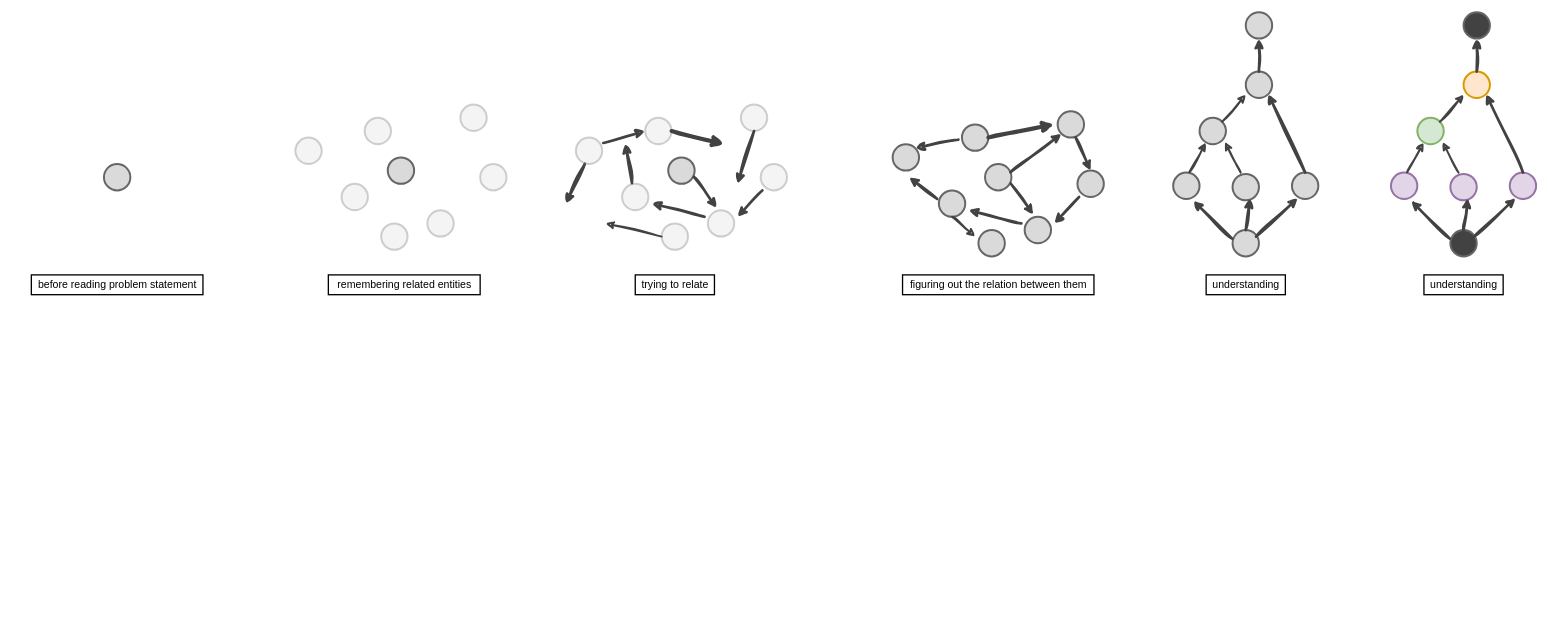
Earlier version of the draw.io diagram page "problem-solving" (1 of 3) of assets/graphics.drawio (hamidb80/hypothesis-of-understanding). Source tidied: cells renumbered, new cells numbered last; positions are measured from the earlier drawing's top-left corner, leaving out a move shared by most shapes. Both pictures are drawn from the tidied source at 66%, with x=0, y=0 at pixel (31, 12).
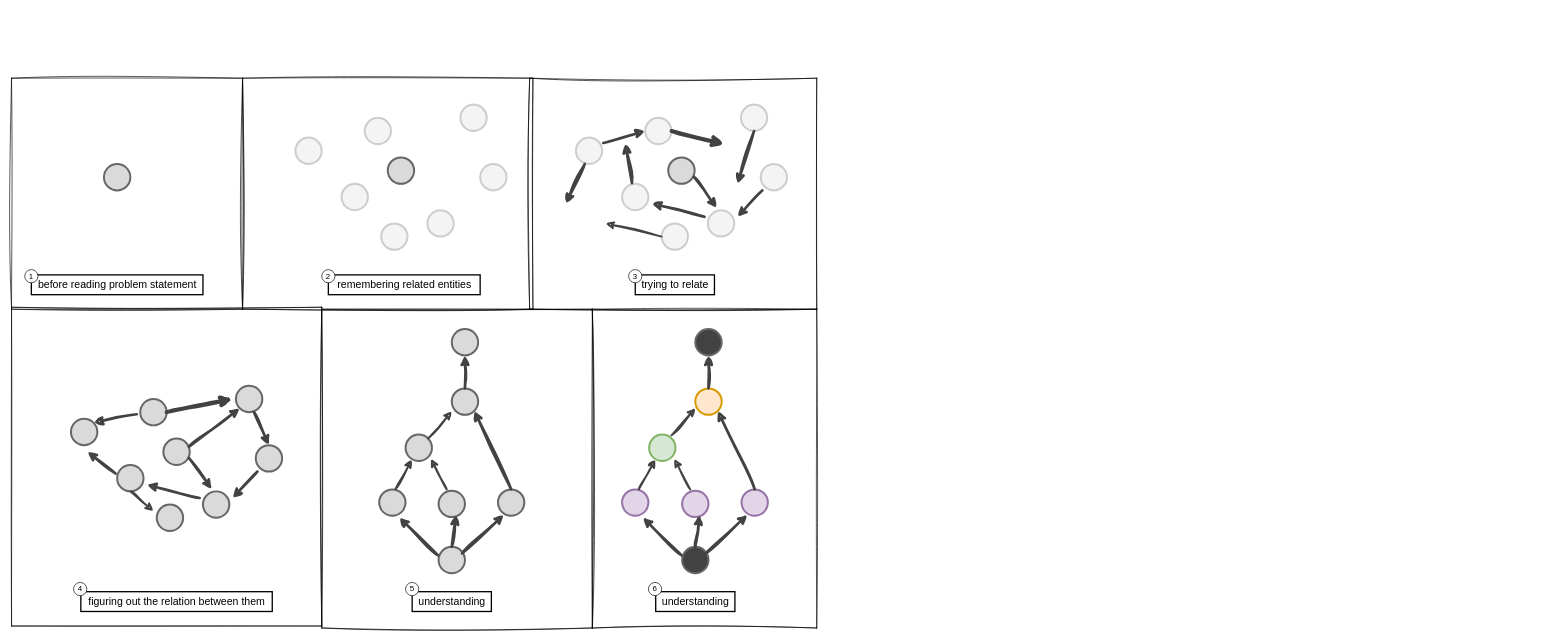
The same diagram, later.

The edit, as a diff of the source:
```diff
@@
     <mxCell id="28" style="ellipse;whiteSpace=wrap;html=1;fillColor=#DADADA;fontColor=#333333;strokeColor=#666666;strokeWidth=3;fillStyle=solid;" parent="1" vertex="1">
-      <mxGeometry x="1445" y="230" width="40" height="40" as="geometry" />
+      <mxGeometry x="200" y="646" width="40" height="40" as="geometry" />
     </mxCell>
     <mxCell id="29" style="ellipse;whiteSpace=wrap;html=1;fillColor=#DADADA;fontColor=#333333;strokeColor=#666666;strokeWidth=3;fillStyle=solid;" parent="1" vertex="1">
-      <mxGeometry x="1505" y="310" width="40" height="40" as="geometry" />
+      <mxGeometry x="260" y="726" width="40" height="40" as="geometry" />
     </mxCell>
     <mxCell id="30" style="ellipse;whiteSpace=wrap;html=1;fillColor=#DADADA;fontColor=#333333;strokeColor=#666666;strokeWidth=3;fillStyle=solid;" parent="1" vertex="1">
-      <mxGeometry x="1375" y="270" width="40" height="40" as="geometry" />
+      <mxGeometry x="130" y="686" width="40" height="40" as="geometry" />
     </mxCell>
     <mxCell id="31" style="ellipse;whiteSpace=wrap;html=1;fillColor=#DADADA;fontColor=#333333;strokeColor=#666666;strokeWidth=3;fillStyle=solid;" parent="1" vertex="1">
-      <mxGeometry x="1435" y="330" width="40" height="40" as="geometry" />
+      <mxGeometry x="190" y="746" width="40" height="40" as="geometry" />
     </mxCell>
     <mxCell id="32" style="ellipse;whiteSpace=wrap;html=1;fillColor=#DADADA;fontColor=#333333;strokeColor=#666666;strokeWidth=3;fillStyle=solid;" parent="1" vertex="1">
-      <mxGeometry x="1305" y="200" width="40" height="40" as="geometry" />
+      <mxGeometry x="60" y="616" width="40" height="40" as="geometry" />
     </mxCell>
     <mxCell id="33" style="ellipse;whiteSpace=wrap;html=1;fillColor=#DADADA;fontColor=#333333;strokeColor=#666666;strokeWidth=3;fillStyle=solid;" parent="1" vertex="1">
-      <mxGeometry x="1555" y="150" width="40" height="40" as="geometry" />
+      <mxGeometry x="310" y="566" width="40" height="40" as="geometry" />
     </mxCell>
     <mxCell id="34" style="ellipse;whiteSpace=wrap;html=1;fillColor=#DADADA;fontColor=#333333;strokeColor=#666666;strokeWidth=3;fillStyle=solid;" parent="1" vertex="1">
-      <mxGeometry x="1585" y="240" width="40" height="40" as="geometry" />
+      <mxGeometry x="340" y="656" width="40" height="40" as="geometry" />
     </mxCell>
     <mxCell id="35" style="ellipse;whiteSpace=wrap;html=1;fillColor=#DADADA;fontColor=#333333;strokeColor=#666666;strokeWidth=3;fillStyle=solid;" parent="1" vertex="1">
-      <mxGeometry x="1410" y="170" width="40" height="40" as="geometry" />
+      <mxGeometry x="165" y="586" width="40" height="40" as="geometry" />
     </mxCell>
     <mxCell id="36" style="rounded=0;jettySize=auto;html=1;strokeWidth=4;sketch=1;curveFitting=1;jiggle=2;strokeColor=#424242;exitX=-0.063;exitY=0.323;exitDx=0;exitDy=0;exitPerimeter=0;" parent="1" edge="1" source="30">
       <mxGeometry relative="1" as="geometry">
-        <mxPoint x="1330" y="250" as="targetPoint" />
+        <mxPoint x="85" y="666" as="targetPoint" />
       </mxGeometry>
     </mxCell>
     <mxCell id="37" style="rounded=0;orthogonalLoop=1;jettySize=auto;html=1;strokeWidth=6;sketch=1;curveFitting=1;jiggle=2;strokeColor=#424242;" parent="1" edge="1">
       <mxGeometry relative="1" as="geometry">
-        <mxPoint x="1450" y="190" as="sourcePoint" />
-        <mxPoint x="1550" y="170" as="targetPoint" />
+        <mxPoint x="205" y="606" as="sourcePoint" />
+        <mxPoint x="305" y="586" as="targetPoint" />
       </mxGeometry>
     </mxCell>
     <mxCell id="38" style="rounded=0;jettySize=auto;html=1;strokeWidth=3;sketch=1;curveFitting=1;jiggle=2;strokeColor=#424242;exitX=0.5;exitY=1;exitDx=0;exitDy=0;" parent="1" edge="1" source="30">
       <mxGeometry relative="1" as="geometry">
-        <mxPoint x="1430" y="340" as="targetPoint" />
+        <mxPoint x="185" y="756" as="targetPoint" />
       </mxGeometry>
     </mxCell>
     <mxCell id="39" style="rounded=0;orthogonalLoop=1;jettySize=auto;html=1;strokeWidth=4;sketch=1;curveFitting=1;jiggle=2;strokeColor=#424242;" parent="1" edge="1">
       <mxGeometry relative="1" as="geometry">
-        <mxPoint x="1500" y="320" as="sourcePoint" />
-        <mxPoint x="1420" y="300" as="targetPoint" />
+        <mxPoint x="255" y="736" as="sourcePoint" />
+        <mxPoint x="175" y="716" as="targetPoint" />
       </mxGeometry>
     </mxCell>
@@
     <mxCell id="42" style="rounded=0;orthogonalLoop=1;jettySize=auto;html=1;strokeWidth=4;sketch=1;curveFitting=1;jiggle=2;strokeColor=#424242;exitX=0.5;exitY=1;exitDx=0;exitDy=0;" parent="1" edge="1">
       <mxGeometry relative="1" as="geometry">
-        <mxPoint x="1587.5" y="280" as="sourcePoint" />
-        <mxPoint x="1550" y="320" as="targetPoint" />
+        <mxPoint x="342.5" y="696" as="sourcePoint" />
+        <mxPoint x="305" y="736" as="targetPoint" />
       </mxGeometry>
     </mxCell>
@@
     <mxCell id="45" style="ellipse;whiteSpace=wrap;html=1;fillColor=#DADADA;fontColor=#333333;strokeColor=#666666;strokeWidth=3;fillStyle=solid;" parent="1" vertex="1">
-      <mxGeometry x="1820" y="330" width="40" height="40" as="geometry" />
+      <mxGeometry x="617" y="810" width="40" height="40" as="geometry" />
     </mxCell>
     <mxCell id="46" style="ellipse;whiteSpace=wrap;html=1;fillColor=#DADADA;strokeColor=#666666;strokeWidth=3;fillStyle=solid;fontColor=#333333;" parent="1" vertex="1">
-      <mxGeometry x="1820" y="245" width="40" height="40" as="geometry" />
+      <mxGeometry x="617" y="725" width="40" height="40" as="geometry" />
     </mxCell>
     <mxCell id="47" style="ellipse;whiteSpace=wrap;html=1;fillColor=#DADADA;strokeColor=#666666;strokeWidth=3;fillStyle=solid;fontColor=#333333;" parent="1" vertex="1">
-      <mxGeometry x="1730" y="243" width="40" height="40" as="geometry" />
+      <mxGeometry x="527" y="723" width="40" height="40" as="geometry" />
     </mxCell>
     <mxCell id="48" style="ellipse;whiteSpace=wrap;html=1;fillColor=#DADADA;strokeColor=#666666;strokeWidth=3;fillStyle=solid;fontColor=#333333;" parent="1" vertex="1">
-      <mxGeometry x="1840" y="90" width="40" height="40" as="geometry" />
+      <mxGeometry x="637" y="570" width="40" height="40" as="geometry" />
     </mxCell>
     <mxCell id="49" style="ellipse;whiteSpace=wrap;html=1;fillColor=#DADADA;fontColor=#333333;strokeColor=#666666;strokeWidth=3;fillStyle=solid;" parent="1" vertex="1">
-      <mxGeometry x="1840" width="40" height="40" as="geometry" />
+      <mxGeometry x="637" y="480" width="40" height="40" as="geometry" />
     </mxCell>
     <mxCell id="50" style="ellipse;whiteSpace=wrap;html=1;fillColor=#DADADA;strokeColor=#666666;strokeWidth=3;fillStyle=solid;fontColor=#333333;" parent="1" vertex="1">
-      <mxGeometry x="1910" y="243" width="40" height="40" as="geometry" />
+      <mxGeometry x="707" y="723" width="40" height="40" as="geometry" />
     </mxCell>
     <mxCell id="51" style="ellipse;whiteSpace=wrap;html=1;fillColor=#DADADA;strokeColor=#666666;strokeWidth=3;fillStyle=solid;fontColor=#333333;" parent="1" vertex="1">
-      <mxGeometry x="1770" y="160" width="40" height="40" as="geometry" />
+      <mxGeometry x="567" y="640" width="40" height="40" as="geometry" />
     </mxCell>
@@
     <mxCell id="63" value="figuring out the relation between them" style="text;html=1;align=center;verticalAlign=middle;fillColor=default;strokeColor=default;fontSize=16;strokeWidth=2;" parent="1" vertex="1">
-      <mxGeometry x="1320" y="398" width="290" height="30" as="geometry" />
+      <mxGeometry x="75" y="878" width="290" height="30" as="geometry" />
     </mxCell>
     <mxCell id="64" value="understanding" style="text;html=1;align=center;verticalAlign=middle;fillColor=default;strokeColor=default;fontSize=16;strokeWidth=2;" parent="1" vertex="1">
-      <mxGeometry x="1780" y="398" width="120" height="30" as="geometry" />
+      <mxGeometry x="577" y="878" width="120" height="30" as="geometry" />
     </mxCell>
     <mxCell id="65" style="ellipse;whiteSpace=wrap;html=1;fillColor=#424242;fontColor=#333333;strokeColor=#666666;strokeWidth=3;fillStyle=solid;" parent="1" vertex="1">
-      <mxGeometry x="2150" y="330" width="40" height="40" as="geometry" />
+      <mxGeometry x="986" y="810" width="40" height="40" as="geometry" />
     </mxCell>
     <mxCell id="66" style="ellipse;whiteSpace=wrap;html=1;fillColor=#e1d5e7;strokeColor=#9673a6;strokeWidth=3;fillStyle=solid;" parent="1" vertex="1">
-      <mxGeometry x="2150" y="245" width="40" height="40" as="geometry" />
+      <mxGeometry x="986" y="725" width="40" height="40" as="geometry" />
     </mxCell>
     <mxCell id="67" style="ellipse;whiteSpace=wrap;html=1;fillColor=#e1d5e7;strokeColor=#9673a6;strokeWidth=3;fillStyle=solid;" parent="1" vertex="1">
-      <mxGeometry x="2060" y="243" width="40" height="40" as="geometry" />
+      <mxGeometry x="895" y="723" width="40" height="40" as="geometry" />
     </mxCell>
     <mxCell id="68" style="ellipse;whiteSpace=wrap;html=1;fillColor=#ffe6cc;strokeColor=#d79b00;strokeWidth=3;fillStyle=solid;" parent="1" vertex="1">
-      <mxGeometry x="2170" y="90" width="40" height="40" as="geometry" />
+      <mxGeometry x="1006" y="570" width="40" height="40" as="geometry" />
     </mxCell>
     <mxCell id="69" style="ellipse;whiteSpace=wrap;html=1;fillColor=#424242;strokeColor=#666666;strokeWidth=3;fillStyle=solid;" parent="1" vertex="1">
-      <mxGeometry x="2170" width="40" height="40" as="geometry" />
+      <mxGeometry x="1006" y="480" width="40" height="40" as="geometry" />
     </mxCell>
     <mxCell id="70" style="ellipse;whiteSpace=wrap;html=1;fillColor=#e1d5e7;strokeColor=#9673a6;strokeWidth=3;fillStyle=solid;" parent="1" vertex="1">
-      <mxGeometry x="2240" y="243" width="40" height="40" as="geometry" />
+      <mxGeometry x="1076" y="723" width="40" height="40" as="geometry" />
     </mxCell>
     <mxCell id="71" style="ellipse;whiteSpace=wrap;html=1;fillColor=#d5e8d4;strokeColor=#82b366;strokeWidth=3;fillStyle=solid;" parent="1" vertex="1">
-      <mxGeometry x="2100" y="160" width="40" height="40" as="geometry" />
+      <mxGeometry x="936" y="640" width="40" height="40" as="geometry" />
     </mxCell>
@@
-    <mxCell id="76" style="rounded=0;jettySize=auto;html=1;strokeWidth=3;sketch=1;curveFitting=1;jiggle=2;strokeColor=#424242;exitX=1;exitY=0;exitDx=0;exitDy=0;entryX=0.004;entryY=0.871;entryDx=0;entryDy=0;entryPerimeter=0;" parent="1" edge="1" source="71" target="68">
-      <mxGeometry relative="1" as="geometry" />
+    <mxCell id="76" style="rounded=0;orthogonalLoop=1;jettySize=auto;html=1;strokeWidth=3;sketch=1;curveFitting=1;jiggle=2;strokeColor=#424242;exitX=1;exitY=0;exitDx=0;exitDy=0;entryX=0.004;entryY=0.871;entryDx=0;entryDy=0;entryPerimeter=0;" parent="1" edge="1">
+      <mxGeometry relative="1" as="geometry">
+        <mxPoint x="970" y="641" as="sourcePoint" />
+        <mxPoint x="1006" y="600" as="targetPoint" />
+      </mxGeometry>
     </mxCell>
@@
-    <mxCell id="78" style="rounded=0;jettySize=auto;html=1;strokeWidth=4;sketch=1;curveFitting=1;jiggle=2;strokeColor=#424242;entryX=0.767;entryY=1.071;entryDx=0;entryDy=0;entryPerimeter=0;exitX=-0.018;exitY=0.325;exitDx=0;exitDy=0;exitPerimeter=0;" parent="1" edge="1" source="65" target="67">
-      <mxGeometry relative="1" as="geometry" />
+    <mxCell id="78" style="rounded=0;jettySize=auto;html=1;strokeWidth=4;sketch=1;curveFitting=1;jiggle=2;strokeColor=#424242;entryX=0.767;entryY=1.071;entryDx=0;entryDy=0;entryPerimeter=0;exitX=-0.018;exitY=0.325;exitDx=0;exitDy=0;exitPerimeter=0;" parent="1" edge="1" source="65">
+      <mxGeometry relative="1" as="geometry">
+        <mxPoint x="926.7" y="765.8" as="targetPoint" />
+      </mxGeometry>
     </mxCell>
-    <mxCell id="79" style="rounded=0;jettySize=auto;html=1;strokeWidth=3;sketch=1;curveFitting=1;jiggle=2;strokeColor=#424242;exitX=0.612;exitY=-0.011;exitDx=0;exitDy=0;entryX=0.237;entryY=0.943;entryDx=0;entryDy=0;exitPerimeter=0;entryPerimeter=0;" parent="1" edge="1" source="67" target="71">
-      <mxGeometry relative="1" as="geometry" />
+    <mxCell id="79" style="rounded=0;jettySize=auto;html=1;strokeWidth=3;sketch=1;curveFitting=1;jiggle=2;strokeColor=#424242;exitX=0.612;exitY=-0.011;exitDx=0;exitDy=0;entryX=0.237;entryY=0.943;entryDx=0;entryDy=0;exitPerimeter=0;entryPerimeter=0;" parent="1" edge="1" target="71">
+      <mxGeometry relative="1" as="geometry">
+        <mxPoint x="920.5" y="722.6" as="sourcePoint" />
+      </mxGeometry>
     </mxCell>
     <mxCell id="80" value="understanding" style="text;html=1;align=center;verticalAlign=middle;fillColor=default;strokeColor=default;fontSize=16;strokeWidth=2;" parent="1" vertex="1">
-      <mxGeometry x="2110" y="398" width="120" height="30" as="geometry" />
+      <mxGeometry x="946" y="878" width="120" height="30" as="geometry" />
     </mxCell>
+    <mxCell id="81" style="rounded=0;whiteSpace=wrap;html=1;fillColor=none;sketch=1;curveFitting=1;jiggle=2;" parent="1" vertex="1">
+      <mxGeometry x="-30" y="447" width="470" height="483" as="geometry" />
+    </mxCell>
+    <mxCell id="82" style="rounded=0;whiteSpace=wrap;html=1;fillColor=none;sketch=1;curveFitting=1;jiggle=2;" parent="1" vertex="1">
+      <mxGeometry x="-30" y="100" width="350" height="350" as="geometry" />
+    </mxCell>
+    <mxCell id="83" style="rounded=0;whiteSpace=wrap;html=1;fillColor=none;sketch=1;curveFitting=1;jiggle=2;" parent="1" vertex="1">
+      <mxGeometry x="320" y="100" width="440" height="350" as="geometry" />
+    </mxCell>
+    <mxCell id="84" style="rounded=0;whiteSpace=wrap;html=1;fillColor=none;sketch=1;curveFitting=1;jiggle=2;" parent="1" vertex="1">
+      <mxGeometry x="755" y="100" width="435" height="350" as="geometry" />
+    </mxCell>
+    <mxCell id="85" style="rounded=0;whiteSpace=wrap;html=1;fillColor=none;sketch=1;curveFitting=1;jiggle=2;" parent="1" vertex="1">
+      <mxGeometry x="440" y="450" width="410" height="483" as="geometry" />
+    </mxCell>
+    <mxCell id="86" style="rounded=0;whiteSpace=wrap;html=1;fillColor=none;sketch=1;curveFitting=1;jiggle=2;" parent="1" vertex="1">
+      <mxGeometry x="850" y="450" width="340" height="483" as="geometry" />
+    </mxCell>
+    <mxCell id="87" value="1" style="ellipse;whiteSpace=wrap;html=1;" parent="1" vertex="1">
+      <mxGeometry x="-10" y="390" width="20" height="20" as="geometry" />
+    </mxCell>
+    <mxCell id="88" value="2" style="ellipse;whiteSpace=wrap;html=1;" parent="1" vertex="1">
+      <mxGeometry x="440" y="390" width="20" height="20" as="geometry" />
+    </mxCell>
+    <mxCell id="89" value="3" style="ellipse;whiteSpace=wrap;html=1;" parent="1" vertex="1">
+      <mxGeometry x="905" y="390" width="20" height="20" as="geometry" />
+    </mxCell>
+    <mxCell id="90" value="4" style="ellipse;whiteSpace=wrap;html=1;" parent="1" vertex="1">
+      <mxGeometry x="64" y="864" width="20" height="20" as="geometry" />
+    </mxCell>
+    <mxCell id="91" value="5" style="ellipse;whiteSpace=wrap;html=1;" parent="1" vertex="1">
+      <mxGeometry x="567" y="864" width="20" height="20" as="geometry" />
+    </mxCell>
+    <mxCell id="92" value="6" style="ellipse;whiteSpace=wrap;html=1;" parent="1" vertex="1">
+      <mxGeometry x="935" y="864" width="20" height="20" as="geometry" />
+    </mxCell>
```
